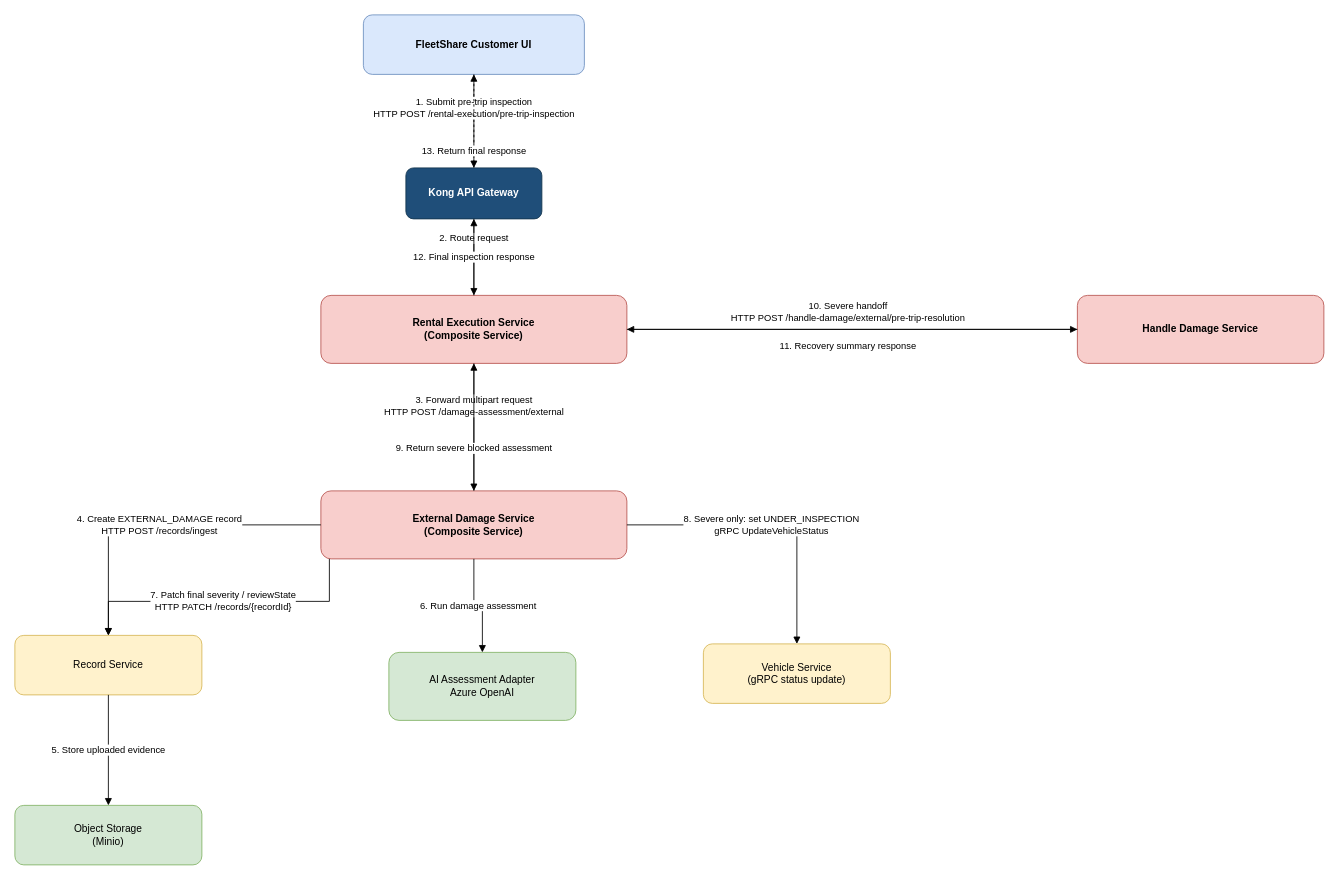
This is docs/report/us2a-pre-trip-external-damage.drawio from srikartejab/fleetshare, a draw.io file, before an edit. Source tidied: cells renumbered, new cells numbered last; positions are measured from the earlier drawing's top-left corner, leaving out a move shared by most shapes. Both pictures are drawn from the tidied source at 85%, with x=0, y=0 at pixel (14, 14).
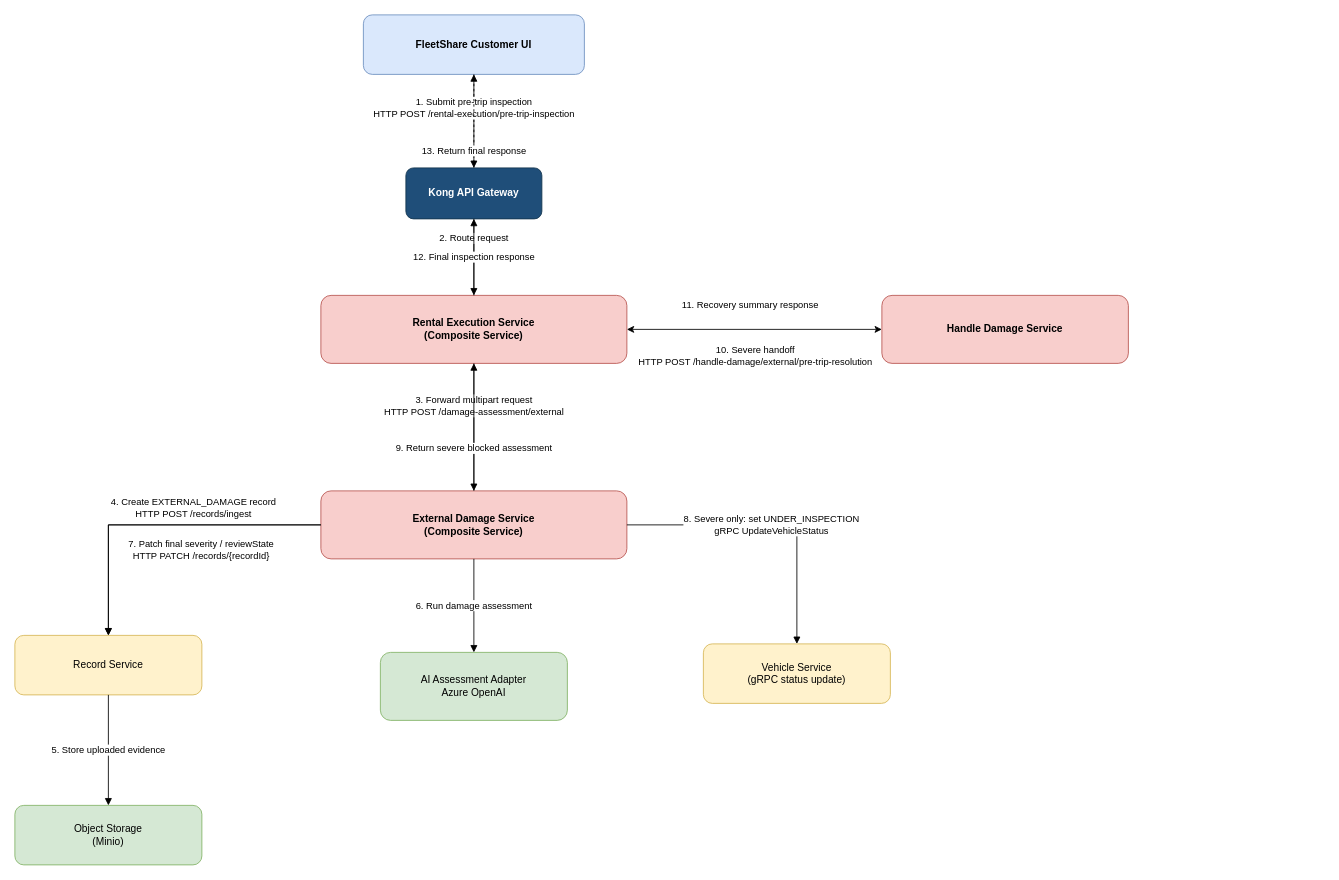
Above is the later version.

The change refers to these unchanged cells:
```xml
<mxCell id="4" value="Rental Execution Service&#10;(Composite Service)" style="rounded=1;whiteSpace=wrap;html=1;fillColor=#f8cecc;strokeColor=#b85450;fontStyle=1;" parent="1" vertex="1">
  <mxGeometry x="360" y="330" width="360" height="80" as="geometry" />
</mxCell>
<mxCell id="5" value="External Damage Service&#10;(Composite Service)" style="rounded=1;whiteSpace=wrap;html=1;fillColor=#f8cecc;strokeColor=#b85450;fontStyle=1;" parent="1" vertex="1">
  <mxGeometry x="360" y="560" width="360" height="80" as="geometry" />
</mxCell>
<mxCell id="6" value="Record Service" style="rounded=1;whiteSpace=wrap;html=1;fillColor=#fff2cc;strokeColor=#d6b656;" parent="1" vertex="1">
  <mxGeometry y="730" width="220" height="70" as="geometry" />
</mxCell>
```

Change to the diagram source:
```diff
@@
     <mxCell id="8" value="AI Assessment Adapter&lt;br&gt;Azure OpenAI" style="rounded=1;whiteSpace=wrap;html=1;fillColor=#d5e8d4;strokeColor=#82b366;" parent="1" vertex="1">
-      <mxGeometry x="440" y="750" width="220" height="80" as="geometry" />
+      <mxGeometry x="430" y="750" width="220" height="80" as="geometry" />
     </mxCell>
@@
     <mxCell id="10" value="Handle Damage Service" style="rounded=1;whiteSpace=wrap;html=1;fillColor=#f8cecc;strokeColor=#b85450;fontStyle=1;" parent="1" vertex="1">
-      <mxGeometry x="1250" y="330" width="290" height="80" as="geometry" />
+      <mxGeometry x="1020" y="330" width="290" height="80" as="geometry" />
     </mxCell>
@@
     <mxCell id="14" value="4. Create EXTERNAL_DAMAGE record&#10;HTTP POST /records/ingest" style="edgeStyle=orthogonalEdgeStyle;rounded=0;html=1;endArrow=block;endFill=1;" parent="1" edge="1" source="5" target="6">
-      <mxGeometry relative="1" as="geometry" />
+      <mxGeometry x="-0.21" y="-20" relative="1" as="geometry" />
     </mxCell>
@@
     <mxCell id="17" value="7. Patch final severity / reviewState&#10;HTTP PATCH /records/{recordId}" style="edgeStyle=orthogonalEdgeStyle;rounded=0;html=1;endArrow=block;endFill=1;" parent="1" edge="1" source="5" target="6">
-      <mxGeometry relative="1" as="geometry">
+      <mxGeometry x="-0.26" y="30" relative="1" as="geometry">
         <Array as="points">
-          <mxPoint x="370" y="690" />
+          <mxPoint x="110" y="600" />
         </Array>
       </mxGeometry>
     </mxCell>
@@
-    <mxCell id="20" value="10. Severe handoff&#10;HTTP POST /handle-damage/external/pre-trip-resolution" style="edgeStyle=orthogonalEdgeStyle;rounded=0;html=1;endArrow=block;endFill=1;strokeColor=#000000;" parent="1" edge="1" source="4" target="10">
-      <mxGeometry x="-0.02" y="20" relative="1" as="geometry" />
-    </mxCell>
-    <mxCell id="21" value="11. Recovery summary response" style="edgeStyle=orthogonalEdgeStyle;rounded=0;html=1;endArrow=block;endFill=1;exitX=0;exitY=0.5;exitDx=0;exitDy=0;entryX=1;entryY=0.5;entryDx=0;entryDy=0;" parent="1" edge="1" source="10" target="4">
-      <mxGeometry x="0.02" y="20" relative="1" as="geometry">
-        <Array as="points">
-          <mxPoint x="1250" y="370" />
-        </Array>
-      </mxGeometry>
-    </mxCell>
@@
+    <mxCell id="24" style="endArrow=classic;startArrow=classic;html=1;exitX=1;exitY=0.5;exitDx=0;exitDy=0;" parent="1" edge="1" source="4" target="10">
+      <mxGeometry relative="1" as="geometry" />
+    </mxCell>
+    <mxCell id="21" value="&lt;span style=&quot;color: rgb(0, 0, 0);&quot;&gt;11. Recovery summary response&lt;/span&gt;" style="edgeLabel;html=1;align=center;verticalAlign=middle;" parent="24" vertex="1">
+      <mxGeometry x="-0.04" y="1" relative="1" as="geometry">
+        <mxPoint y="-29" as="offset" />
+      </mxGeometry>
+    </mxCell>
+    <mxCell id="20" value="&lt;span style=&quot;color: rgb(0, 0, 0);&quot;&gt;10. Severe handoff&lt;/span&gt;&lt;br style=&quot;color: rgb(63, 63, 63); scrollbar-color: rgb(226, 226, 226) rgb(251, 251, 251);&quot;&gt;&lt;span style=&quot;color: rgb(0, 0, 0);&quot;&gt;HTTP POST /handle-damage/external/pre-trip-resolution&lt;/span&gt;" style="edgeLabel;html=1;align=center;verticalAlign=middle;" parent="24" vertex="1">
+      <mxGeometry x="0.29" y="-2" relative="1" as="geometry">
+        <mxPoint x="-44" y="28" as="offset" />
+      </mxGeometry>
+    </mxCell>
```
